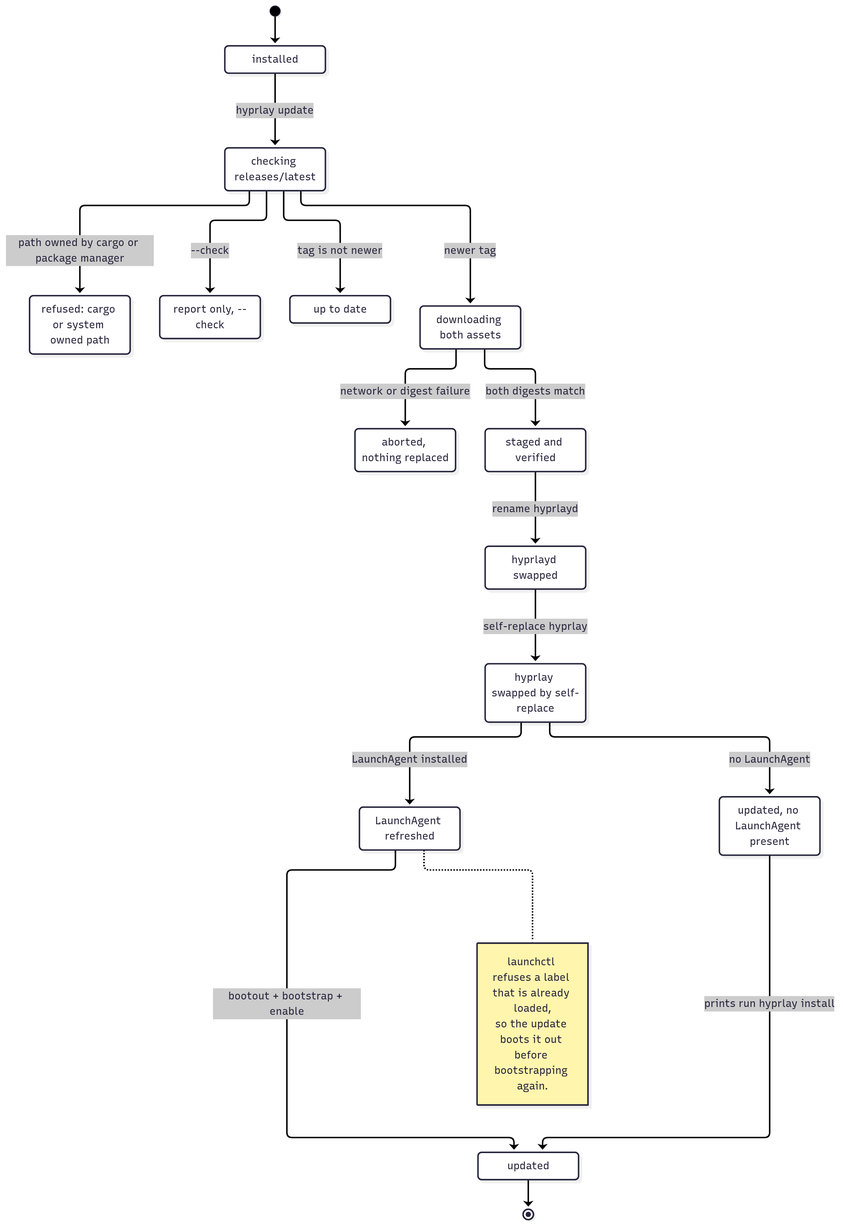
This is docs/diagrams/updating/macos.png from FAZuH/hyprlay, a Mermaid export, as it was before one commit. Its source is kept beside it as docs/diagrams/updating/macos.mmd. Its diagram source:
```mermaid
stateDiagram-v2
    direction TB

    state "installed" as Installed
    state "checking releases/latest" as Checking
    state "up to date" as Current
    state "refused: cargo or system owned path" as Refused
    state "report only, --check" as Reporting
    state "downloading both assets" as Downloading
    state "aborted, nothing replaced" as Aborted
    state "staged and verified" as Staged
    state "hyprlayd swapped" as DaemonSwapped
    state "hyprlay swapped by self-replace" as CliSwapped
    state "LaunchAgent refreshed" as Refreshing
    state "updated, no LaunchAgent present" as NoService
    state "updated" as Updated

    [*] --> Installed
    Installed --> Checking : hyprlay update
    Checking --> Refused : path owned by cargo or package manager
    Checking --> Reporting : --check
    Checking --> Current : tag is not newer
    Checking --> Downloading : newer tag
    Downloading --> Aborted : network or digest failure
    Downloading --> Staged : both digests match

    Staged --> DaemonSwapped : rename hyprlayd
    DaemonSwapped --> CliSwapped : self-replace hyprlay
    CliSwapped --> Refreshing : LaunchAgent installed
    CliSwapped --> NoService : no LaunchAgent
    Refreshing --> Updated : bootout + bootstrap + enable
    NoService --> Updated : prints run hyprlay install
    Updated --> [*]

    note right of Refreshing
        launchctl refuses a label that is already loaded,
        so the update boots it out before bootstrapping again.
    end note
```
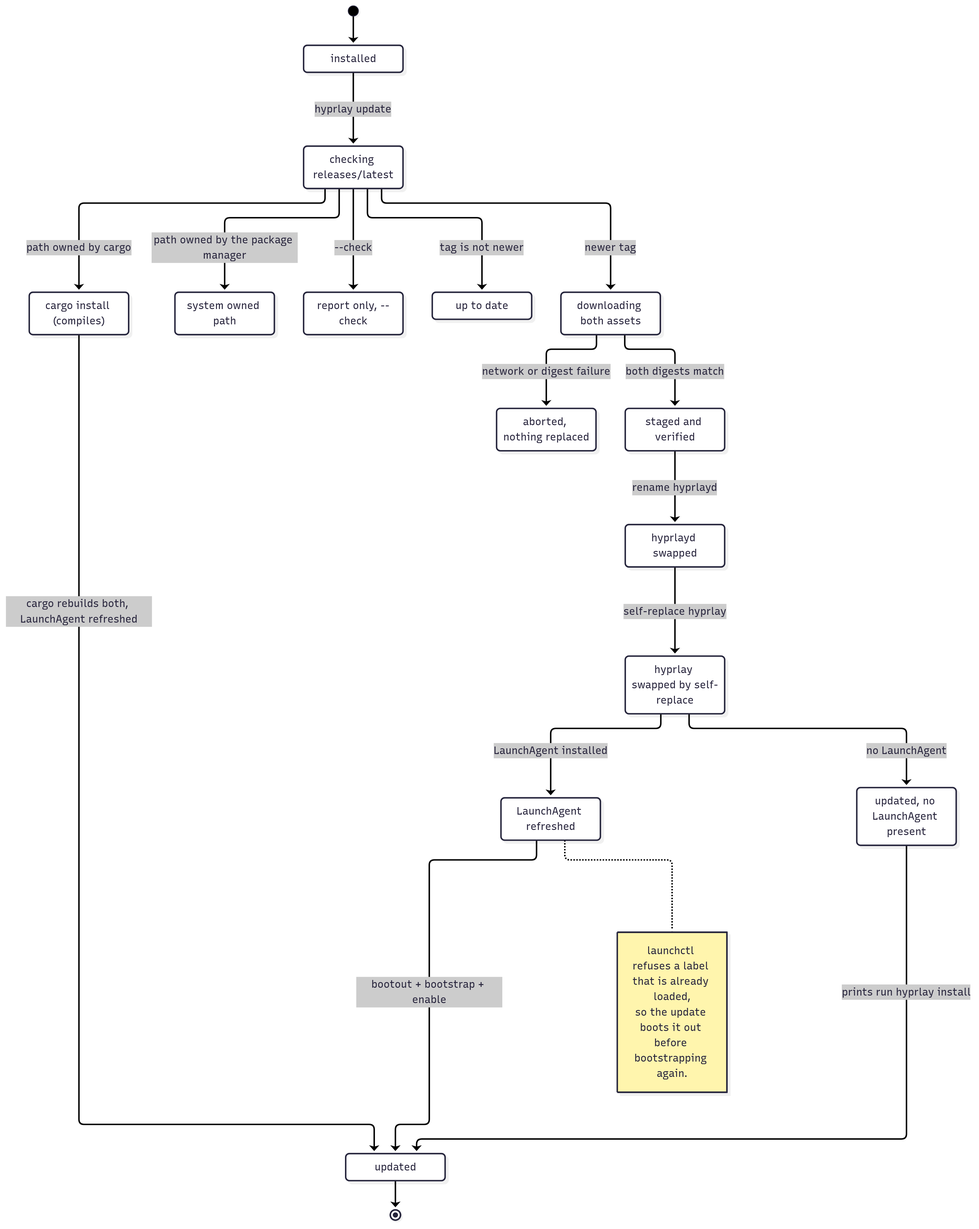
After the change.

Commit message:
docs: document the cargo update path

The edit, as a diff of the source:
```diff
@@ -4,7 +4,8 @@
     state "installed" as Installed
     state "checking releases/latest" as Checking
     state "up to date" as Current
-    state "refused: cargo or system owned path" as Refused
+    state "system owned path" as Refused
+    state "cargo install (compiles)" as CargoInstall
     state "report only, --check" as Reporting
     state "downloading both assets" as Downloading
     state "aborted, nothing replaced" as Aborted
@@ -17,7 +18,8 @@
 
     [*] --> Installed
     Installed --> Checking : hyprlay update
-    Checking --> Refused : path owned by cargo or package manager
+    Checking --> CargoInstall : path owned by cargo
+    Checking --> Refused : path owned by the package manager
     Checking --> Reporting : --check
     Checking --> Current : tag is not newer
     Checking --> Downloading : newer tag
@@ -30,6 +32,7 @@
     CliSwapped --> NoService : no LaunchAgent
     Refreshing --> Updated : bootout + bootstrap + enable
     NoService --> Updated : prints run hyprlay install
+    CargoInstall --> Updated : cargo rebuilds both, LaunchAgent refreshed
     Updated --> [*]
 
     note right of Refreshing
```
